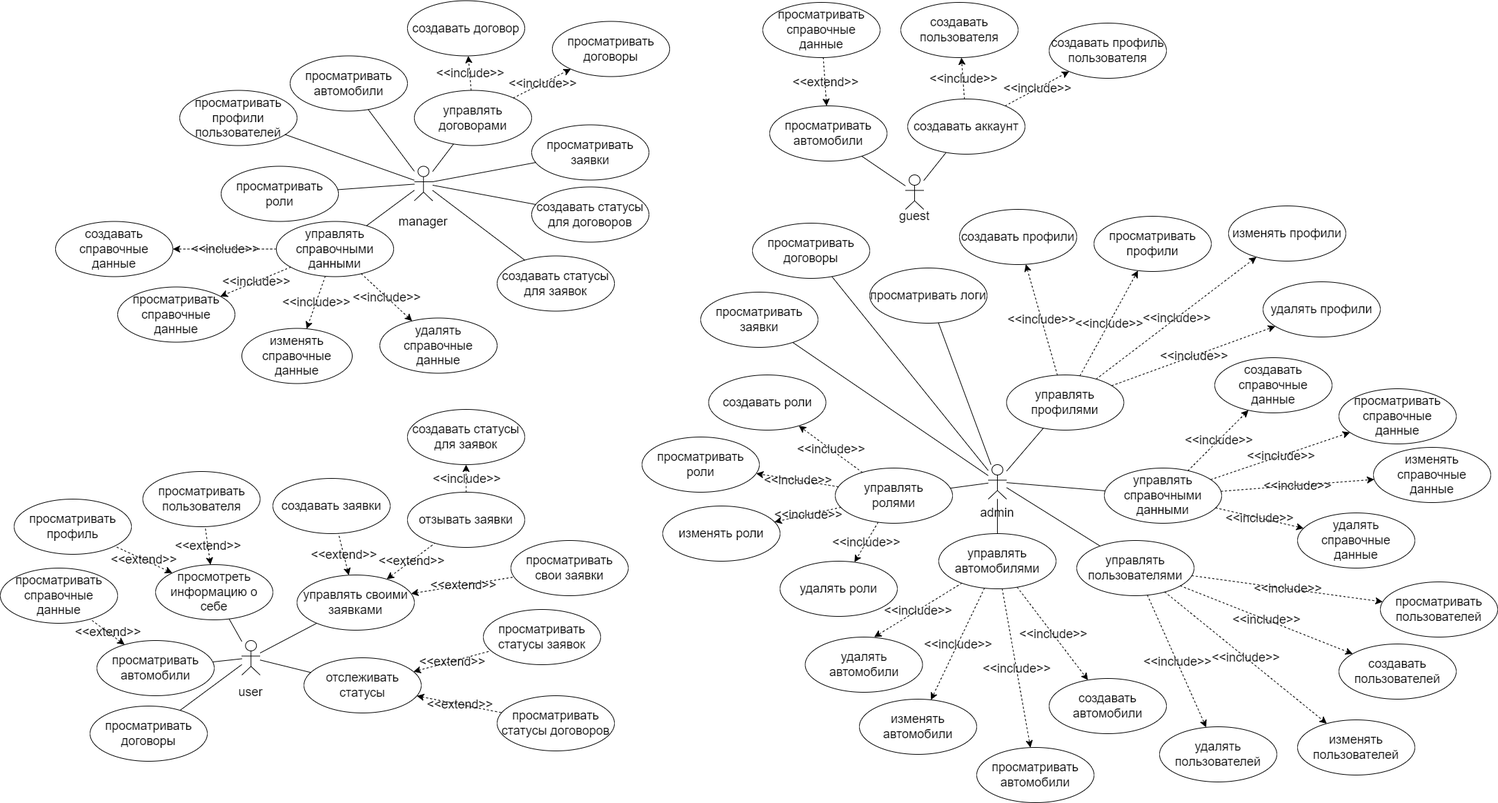
Earlier version of the draw.io export course_project/use_case/use_case.png (martim-x/K8sCitusCluster). Source tidied: cells renumbered, new cells last; positions are measured from the earlier drawing's top-left corner, leaving out a move shared by most shapes.
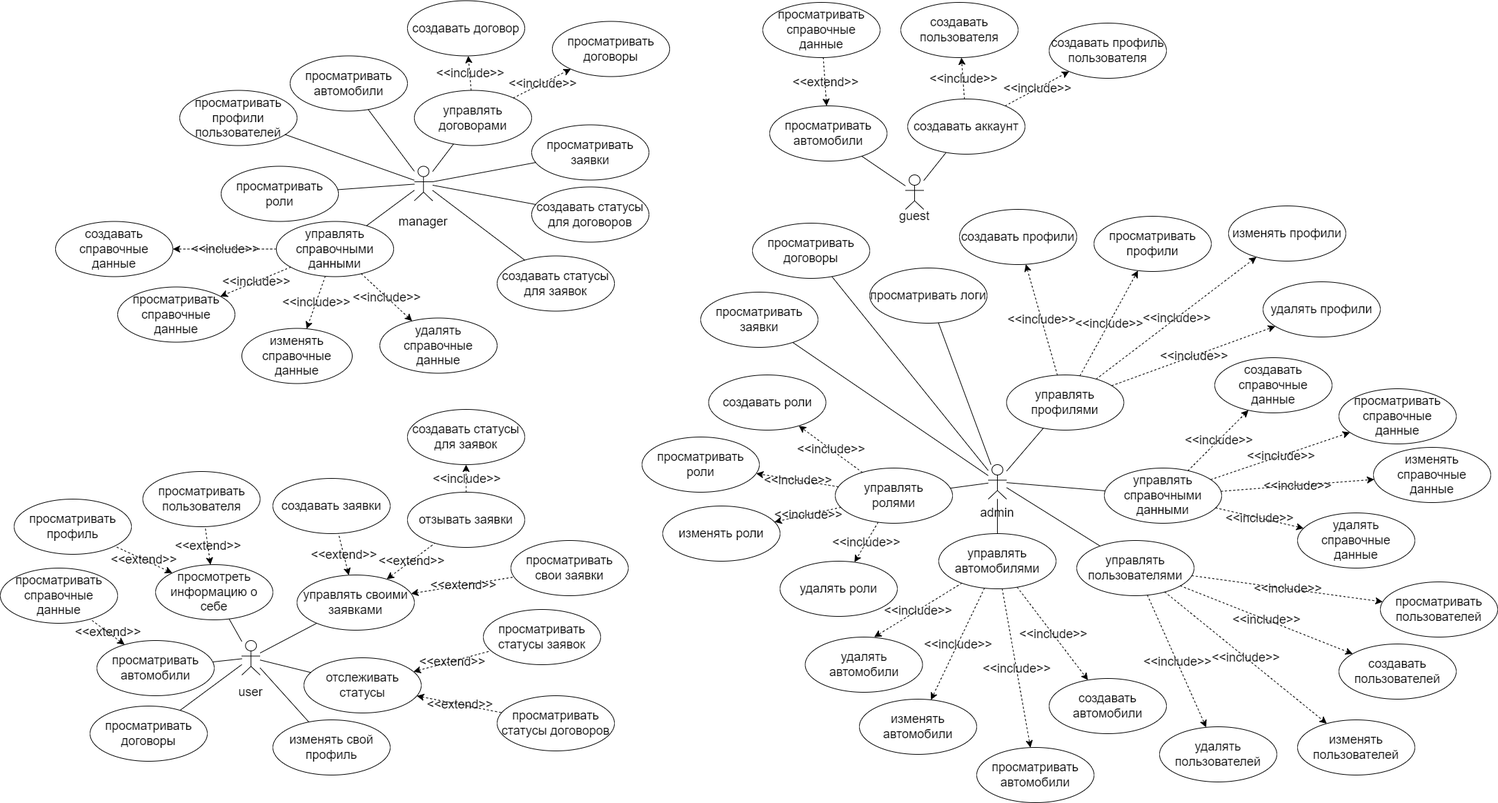
The same diagram one commit later.

The edit, as a diff of the source:
```diff
@@ -509,5 +509,11 @@
     <mxCell id="170" value="управлять&lt;br&gt;автомобилями" style="ellipse;whiteSpace=wrap;html=1;fontSize=18;labelBackgroundColor=none;" parent="1" vertex="1">
       <mxGeometry x="1360" y="772" width="170" height="80" as="geometry" />
     </mxCell>
+    <mxCell id="171" value="изменять свой профиль" style="ellipse;whiteSpace=wrap;html=1;fontSize=18;labelBackgroundColor=none;" parent="1" vertex="1">
+      <mxGeometry x="395" y="1042" width="170" height="80" as="geometry" />
+    </mxCell>
+    <mxCell id="172" style="edgeStyle=none;curved=1;rounded=0;jettySize=auto;html=1;fontSize=18;startSize=8;endSize=8;labelBackgroundColor=none;fontColor=default;endArrow=none;endFill=0;" parent="1" edge="1" source="4" target="171">
+      <mxGeometry relative="1" as="geometry" />
+    </mxCell>
   </root>
 </mxGraphModel>
```
